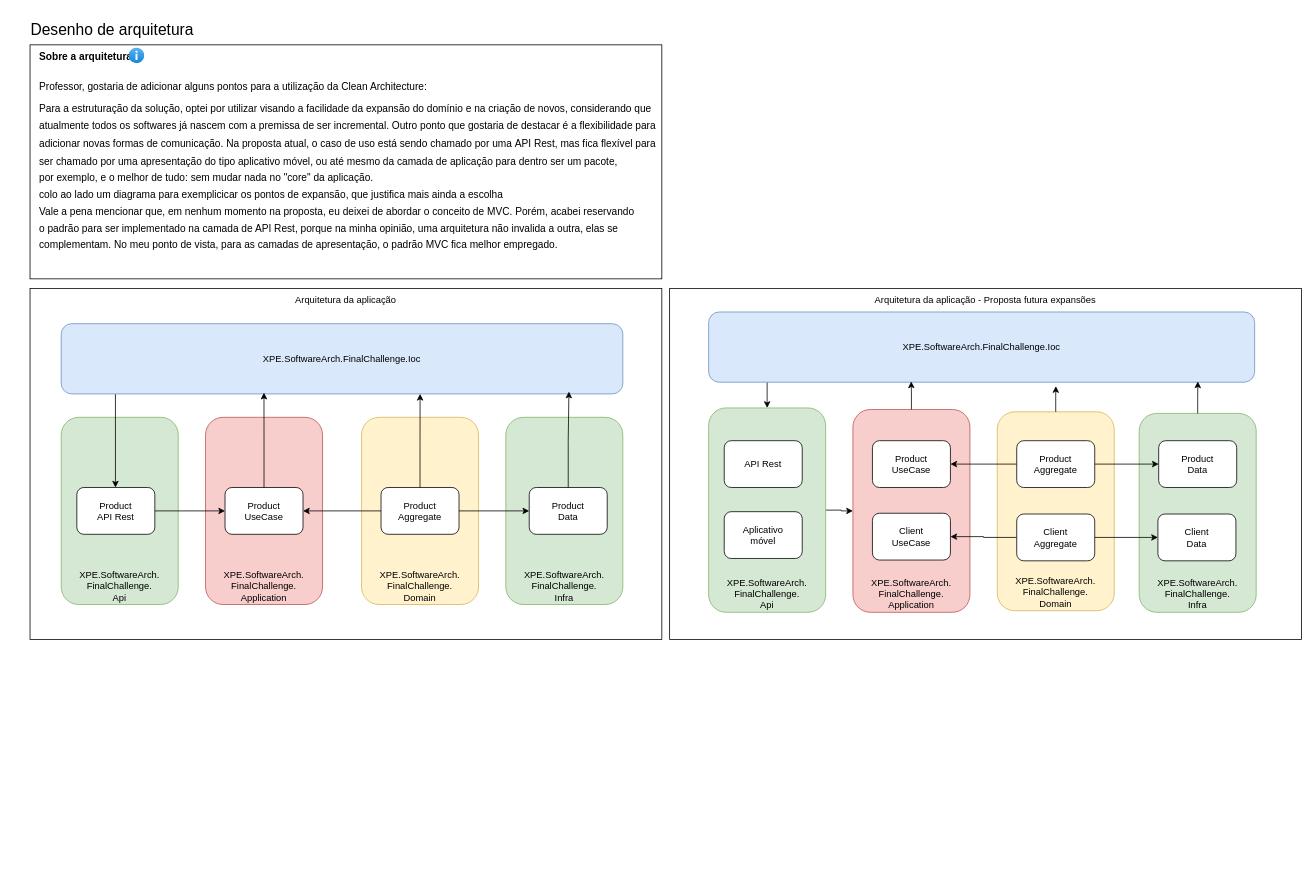
lrpedroso36/XPE.SoftwareArch.FinalChallenge keeps this draw.io diagram as documentação/desenho_arquitetura.drawio. Above is the earlier version. Source tidied: cells renumbered, new cells numbered last; positions are measured from the earlier drawing's top-left corner, leaving out a move shared by most shapes. Both pictures are drawn from the tidied source at 78%, with x=0, y=0 at pixel (22, 13).
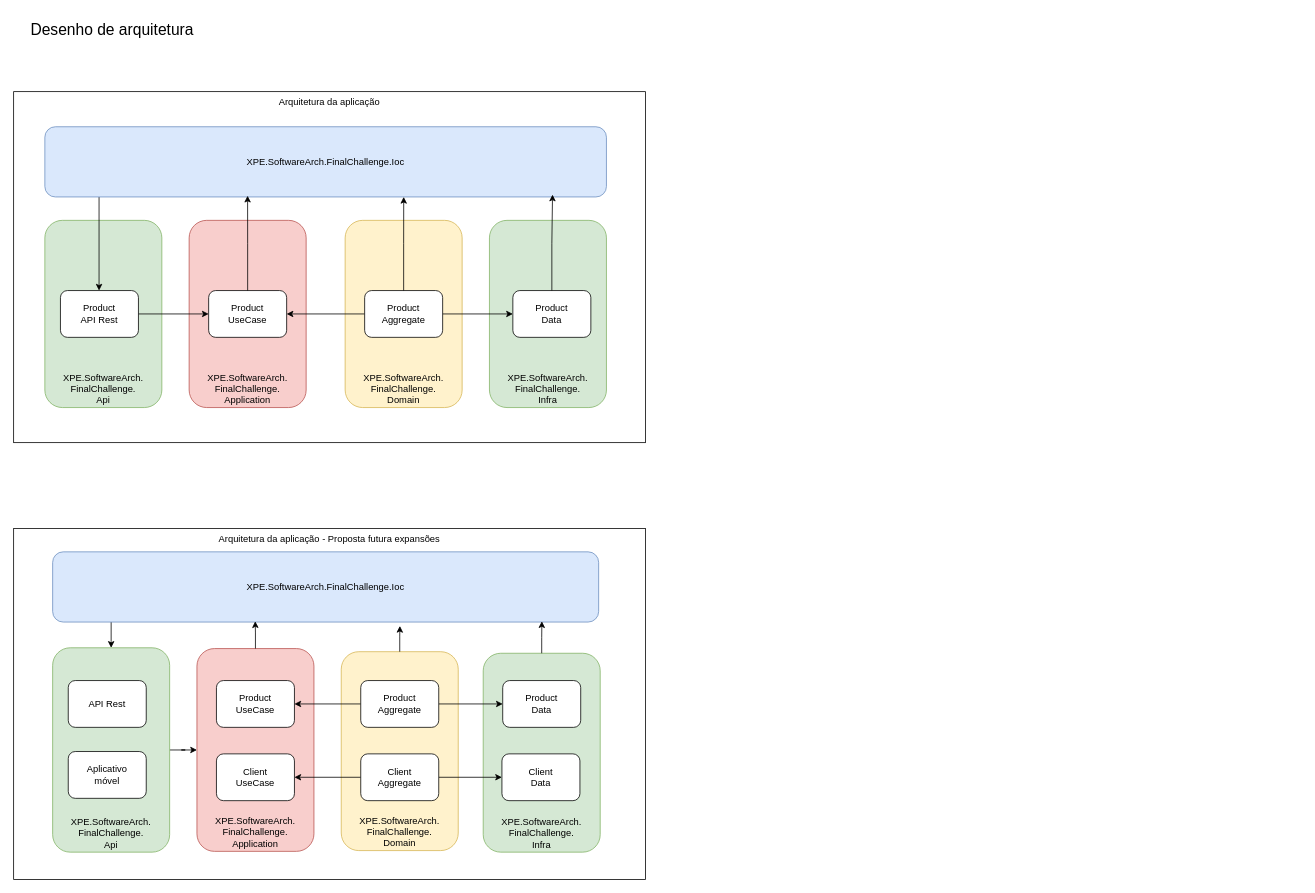
The same page after the edit.

Change to the diagram source:
```diff
@@
     <mxCell id="2" value="Arquitetura da aplicação - Proposta futura expansões" style="rounded=0;whiteSpace=wrap;html=1;verticalAlign=top;align=center;" parent="1" vertex="1">
-      <mxGeometry x="830" y="352.5" width="810" height="450" as="geometry" />
+      <mxGeometry x="-11" y="660" width="810" height="450" as="geometry" />
     </mxCell>
     <mxCell id="3" value="Arquitetura da aplicação" style="rounded=0;whiteSpace=wrap;html=1;verticalAlign=top;align=center;" parent="1" vertex="1">
-      <mxGeometry x="10" y="352.5" width="810" height="450" as="geometry" />
+      <mxGeometry x="-11" y="100" width="810" height="450" as="geometry" />
     </mxCell>
     <mxCell id="4" value="XPE.SoftwareArch.&lt;div&gt;FinalChallenge.&lt;/div&gt;&lt;div&gt;Infra&lt;/div&gt;" style="rounded=1;whiteSpace=wrap;html=1;fillColor=#d5e8d4;verticalAlign=bottom;strokeColor=#82b366;" parent="1" vertex="1">
-      <mxGeometry x="620" y="517.5" width="150" height="240" as="geometry" />
+      <mxGeometry x="599" y="265" width="150" height="240" as="geometry" />
     </mxCell>
     <mxCell id="5" value="XPE.SoftwareArch.&lt;div&gt;FinalChallenge.&lt;/div&gt;&lt;div&gt;Domain&lt;/div&gt;" style="rounded=1;whiteSpace=wrap;html=1;fillColor=#fff2cc;verticalAlign=bottom;strokeColor=#d6b656;" parent="1" vertex="1">
-      <mxGeometry x="435" y="517.5" width="150" height="240" as="geometry" />
+      <mxGeometry x="414" y="265" width="150" height="240" as="geometry" />
     </mxCell>
     <mxCell id="6" value="XPE.SoftwareArch.&lt;br&gt;FinalChallenge.&lt;div&gt;Application&lt;/div&gt;" style="rounded=1;whiteSpace=wrap;html=1;fillColor=#f8cecc;verticalAlign=bottom;strokeColor=#b85450;" parent="1" vertex="1">
-      <mxGeometry x="235" y="517.5" width="150" height="240" as="geometry" />
+      <mxGeometry x="214" y="265" width="150" height="240" as="geometry" />
     </mxCell>
     <mxCell id="7" value="XPE.SoftwareArch.&lt;div&gt;FinalChallenge.&lt;/div&gt;&lt;div&gt;Api&lt;/div&gt;" style="rounded=1;whiteSpace=wrap;html=1;fillColor=#d5e8d4;verticalAlign=bottom;strokeColor=#82b366;" parent="1" vertex="1">
-      <mxGeometry x="50" y="517.5" width="150" height="240" as="geometry" />
+      <mxGeometry x="29" y="265" width="150" height="240" as="geometry" />
     </mxCell>
@@
     <mxCell id="9" value="Product&lt;br&gt;API Rest" style="rounded=1;whiteSpace=wrap;html=1;" parent="1" vertex="1">
-      <mxGeometry x="70" y="607.5" width="100" height="60" as="geometry" />
+      <mxGeometry x="49" y="355" width="100" height="60" as="geometry" />
     </mxCell>
     <mxCell id="10" value="Product&lt;br&gt;UseCase" style="rounded=1;whiteSpace=wrap;html=1;" parent="1" vertex="1">
-      <mxGeometry x="260" y="607.5" width="100" height="60" as="geometry" />
+      <mxGeometry x="239" y="355" width="100" height="60" as="geometry" />
     </mxCell>
@@
     <mxCell id="13" value="Product&lt;div&gt;Aggregate&lt;/div&gt;" style="rounded=1;whiteSpace=wrap;html=1;" parent="1" vertex="1">
-      <mxGeometry x="460" y="607.5" width="100" height="60" as="geometry" />
+      <mxGeometry x="439" y="355" width="100" height="60" as="geometry" />
     </mxCell>
     <mxCell id="14" value="Product&lt;br&gt;Data" style="rounded=1;whiteSpace=wrap;html=1;" parent="1" vertex="1">
-      <mxGeometry x="650" y="607.5" width="100" height="60" as="geometry" />
+      <mxGeometry x="629" y="355" width="100" height="60" as="geometry" />
     </mxCell>
     <mxCell id="15" style="edgeStyle=orthogonalEdgeStyle;rounded=0;orthogonalLoop=1;jettySize=auto;html=1;flowAnimation=1;" parent="1" edge="1">
       <mxGeometry relative="1" as="geometry">
-        <mxPoint x="119.5" y="437.5" as="sourcePoint" />
-        <mxPoint x="119.5" y="607.5" as="targetPoint" />
+        <mxPoint x="98.5" y="185" as="sourcePoint" />
+        <mxPoint x="98.5" y="355" as="targetPoint" />
         <Array as="points">
-          <mxPoint x="119.5" y="457.5" />
-          <mxPoint x="119.5" y="457.5" />
+          <mxPoint x="98.5" y="205" />
+          <mxPoint x="98.5" y="205" />
         </Array>
       </mxGeometry>
     </mxCell>
     <mxCell id="16" value="&lt;span&gt;XPE.SoftwareArch.FinalChallenge.Ioc&lt;/span&gt;" style="rounded=1;whiteSpace=wrap;html=1;fillColor=#dae8fc;strokeColor=#6c8ebf;" parent="1" vertex="1">
-      <mxGeometry x="50" y="397.5" width="720" height="90" as="geometry" />
+      <mxGeometry x="29" y="145" width="720" height="90" as="geometry" />
     </mxCell>
@@
-    <mxCell id="21" value="&lt;div style=&quot;line-height: 80%;&quot;&gt;&lt;h1 style=&quot;margin-top: 0px; line-height: 80%;&quot;&gt;&lt;span style=&quot;font-size: 13px; text-wrap-mode: nowrap;&quot;&gt;Sobre a arquitetura&lt;/span&gt;&lt;/h1&gt;&lt;h1 style=&quot;margin-top: 0px; line-height: 80%;&quot;&gt;&lt;font style=&quot;font-size: 13px; line-height: 80%;&quot;&gt;&lt;span style=&quot;text-wrap-mode: nowrap; background-color: transparent; color: light-dark(rgb(0, 0, 0), rgb(255, 255, 255)); font-weight: normal;&quot;&gt;Professor, gostaria de adicionar alguns pontos para a utilização da&amp;nbsp;&lt;/span&gt;&lt;span style=&quot;text-wrap-mode: nowrap; background-color: transparent; color: light-dark(rgb(0, 0, 0), rgb(255, 255, 255)); font-weight: normal;&quot;&gt;Clean Architecture&lt;/span&gt;&lt;span style=&quot;text-wrap-mode: nowrap; background-color: transparent; color: light-dark(rgb(0, 0, 0), rgb(255, 255, 255)); font-weight: normal;&quot;&gt;:&lt;/span&gt;&lt;/font&gt;&lt;/h1&gt;&lt;p style=&quot;text-wrap-mode: nowrap;&quot; class=&quot;&quot;&gt;&lt;font style=&quot;font-size: 13px; line-height: 80%;&quot;&gt;&lt;span style=&quot;background-color: transparent; color: light-dark(rgb(0, 0, 0), rgb(255, 255, 255));&quot;&gt;Para a estruturação da solução, optei por utilizar visando a facilidade da expansão do domínio e na&amp;nbsp;&lt;/span&gt;&lt;span style=&quot;background-color: transparent; color: light-dark(rgb(0, 0, 0), rgb(255, 255, 255));&quot;&gt;criação de novos, considerando que&amp;nbsp;&lt;/span&gt;&lt;/font&gt;&lt;/p&gt;&lt;p style=&quot;text-wrap-mode: nowrap;&quot; class=&quot;&quot;&gt;&lt;font style=&quot;font-size: 13px; line-height: 80%;&quot;&gt;&lt;span style=&quot;background-color: transparent; color: light-dark(rgb(0, 0, 0), rgb(255, 255, 255));&quot;&gt;atualmente todos os softwares já nascem com a premissa de ser incremental.&amp;nbsp;&lt;/span&gt;&lt;span style=&quot;background-color: transparent; color: light-dark(rgb(0, 0, 0), rgb(255, 255, 255));&quot;&gt;Outro ponto que gostaria de destacar é a flexibilidade para&amp;nbsp;&lt;/span&gt;&lt;/font&gt;&lt;/p&gt;&lt;p style=&quot;text-wrap-mode: nowrap;&quot; class=&quot;&quot;&gt;&lt;font style=&quot;font-size: 13px; line-height: 80%;&quot;&gt;&lt;span style=&quot;background-color: transparent; color: light-dark(rgb(0, 0, 0), rgb(255, 255, 255));&quot;&gt;adicionar novas formas de comunicação.&amp;nbsp;&lt;/span&gt;&lt;span style=&quot;background-color: transparent; color: light-dark(rgb(0, 0, 0), rgb(255, 255, 255));&quot;&gt;Na proposta atual, o caso de uso está sendo chamado por uma&amp;nbsp;&lt;/span&gt;&lt;span style=&quot;background-color: transparent; color: light-dark(rgb(0, 0, 0), rgb(255, 255, 255));&quot;&gt;API Rest&lt;/span&gt;&lt;span style=&quot;background-color: transparent; color: light-dark(rgb(0, 0, 0), rgb(255, 255, 255));&quot;&gt;,&amp;nbsp;&lt;/span&gt;&lt;span style=&quot;background-color: transparent; color: light-dark(rgb(0, 0, 0), rgb(255, 255, 255));&quot;&gt;mas fica flexível para&lt;/span&gt;&lt;/font&gt;&lt;/p&gt;&lt;p style=&quot;text-wrap-mode: nowrap;&quot; class=&quot;&quot;&gt;&lt;font style=&quot;font-size: 13px; line-height: 80%;&quot;&gt;&lt;span style=&quot;background-color: transparent; color: light-dark(rgb(0, 0, 0), rgb(255, 255, 255));&quot;&gt;ser chamado por uma apresentação do tipo&amp;nbsp;&lt;/span&gt;&lt;span style=&quot;background-color: transparent; color: light-dark(rgb(0, 0, 0), rgb(255, 255, 255));&quot;&gt;aplicativo móvel&lt;/span&gt;&lt;span style=&quot;background-color: transparent; color: light-dark(rgb(0, 0, 0), rgb(255, 255, 255));&quot;&gt;,&amp;nbsp;&lt;/span&gt;&lt;span style=&quot;background-color: transparent; color: light-dark(rgb(0, 0, 0), rgb(255, 255, 255));&quot;&gt;ou até mesmo da camada de aplicação para dentro ser um&amp;nbsp;&lt;/span&gt;&lt;span style=&quot;background-color: transparent; color: light-dark(rgb(0, 0, 0), rgb(255, 255, 255));&quot;&gt;pacote&lt;/span&gt;&lt;span style=&quot;background-color: transparent; color: light-dark(rgb(0, 0, 0), rgb(255, 255, 255));&quot;&gt;, &lt;br&gt;&lt;/span&gt;&lt;span style=&quot;background-color: transparent; color: light-dark(rgb(0, 0, 0), rgb(255, 255, 255));&quot;&gt;&lt;br&gt;por exemplo,&amp;nbsp;&lt;/span&gt;&lt;/font&gt;&lt;span style=&quot;background-color: transparent; color: light-dark(rgb(0, 0, 0), rgb(255, 255, 255)); font-size: 13px; line-height: 80%;&quot;&gt;e o melhor de tudo:&amp;nbsp;&lt;/span&gt;&lt;span style=&quot;background-color: transparent; color: light-dark(rgb(0, 0, 0), rgb(255, 255, 255)); font-size: 13px; line-height: 80%;&quot;&gt;sem mudar nada no &quot;core&quot; da aplicação&lt;/span&gt;&lt;span style=&quot;background-color: transparent; color: light-dark(rgb(0, 0, 0), rgb(255, 255, 255)); font-size: 13px; line-height: 80%;&quot;&gt;.&lt;/span&gt;&lt;/p&gt;&lt;p style=&quot;text-wrap-mode: nowrap;&quot; class=&quot;&quot;&gt;&lt;span style=&quot;font-size: 13px; background-color: transparent; color: light-dark(rgb(0, 0, 0), rgb(255, 255, 255)); line-height: 80%;&quot;&gt;colo ao lado um diagrama para exemplicicar os pontos de expansão, que justifica mais ainda a escolha&lt;br&gt;&lt;span style=&quot;background-color: transparent; color: light-dark(rgb(0, 0, 0), rgb(255, 255, 255)); text-wrap-mode: wrap;&quot;&gt;&lt;br&gt;Vale a pena mencionar que, em nenhum momento na proposta, eu deixei de abordar o conceito de &lt;/span&gt;&lt;span style=&quot;background-color: transparent; color: light-dark(rgb(0, 0, 0), rgb(255, 255, 255)); text-wrap-mode: wrap;&quot;&gt;MVC&lt;/span&gt;&lt;span style=&quot;background-color: transparent; color: light-dark(rgb(0, 0, 0), rgb(255, 255, 255)); text-wrap-mode: wrap;&quot;&gt;. Porém, acabei reservando&lt;br&gt;&lt;br&gt;o&amp;nbsp;padrão para ser implementado na camada de &lt;/span&gt;&lt;span style=&quot;background-color: transparent; color: light-dark(rgb(0, 0, 0), rgb(255, 255, 255)); text-wrap-mode: wrap;&quot;&gt;API Rest&lt;/span&gt;&lt;span style=&quot;background-color: transparent; color: light-dark(rgb(0, 0, 0), rgb(255, 255, 255)); text-wrap-mode: wrap;&quot;&gt;, porque na minha opinião, uma arquitetura não invalida a outra, elas se &lt;br&gt;&lt;/span&gt;&lt;span style=&quot;background-color: transparent; color: light-dark(rgb(0, 0, 0), rgb(255, 255, 255)); text-wrap-mode: wrap;&quot;&gt;&lt;br&gt;complementam.&amp;nbsp;&lt;/span&gt;&lt;/span&gt;&lt;span style=&quot;font-size: 13px; background-color: transparent; color: light-dark(rgb(0, 0, 0), rgb(255, 255, 255)); text-wrap-mode: wrap;&quot;&gt;No meu ponto de vista, para as camadas de apresentação, o padrão &lt;/span&gt;&lt;span style=&quot;font-size: 13px; background-color: transparent; color: light-dark(rgb(0, 0, 0), rgb(255, 255, 255)); text-wrap-mode: wrap;&quot;&gt;MVC&lt;/span&gt;&lt;span style=&quot;font-size: 13px; background-color: transparent; color: light-dark(rgb(0, 0, 0), rgb(255, 255, 255)); text-wrap-mode: wrap;&quot;&gt; fica melhor empregado.&lt;/span&gt;&lt;/p&gt;&lt;/div&gt;" style="text;html=1;whiteSpace=wrap;overflow=hidden;rounded=0;fillColor=default;strokeColor=default;strokeWidth=1;perimeterSpacing=2;spacingTop=-12;spacing=9;spacingLeft=3;spacingBottom=0;spacingRight=0;" parent="1" vertex="1">
-      <mxGeometry x="10" y="40" width="810" height="300" as="geometry" />
-    </mxCell>
     <mxCell id="22" value="XPE.SoftwareArch.&lt;div&gt;FinalChallenge.&lt;/div&gt;&lt;div&gt;Infra&lt;/div&gt;" style="rounded=1;whiteSpace=wrap;html=1;fillColor=#d5e8d4;verticalAlign=bottom;strokeColor=#82b366;" parent="1" vertex="1">
-      <mxGeometry x="1432" y="512.5" width="150" height="255" as="geometry" />
+      <mxGeometry x="591" y="820" width="150" height="255" as="geometry" />
     </mxCell>
     <mxCell id="23" value="XPE.SoftwareArch.&lt;div&gt;FinalChallenge.&lt;/div&gt;&lt;div&gt;Domain&lt;/div&gt;" style="rounded=1;whiteSpace=wrap;html=1;fillColor=#fff2cc;verticalAlign=bottom;strokeColor=#d6b656;" parent="1" vertex="1">
-      <mxGeometry x="1250" y="510.5" width="150" height="255" as="geometry" />
+      <mxGeometry x="409" y="818" width="150" height="255" as="geometry" />
     </mxCell>
     <mxCell id="24" value="XPE.SoftwareArch.&lt;br&gt;FinalChallenge.&lt;div&gt;Application&lt;/div&gt;" style="rounded=1;whiteSpace=wrap;html=1;fillColor=#f8cecc;verticalAlign=bottom;strokeColor=#b85450;" parent="1" vertex="1">
-      <mxGeometry x="1065" y="507.5" width="150" height="260" as="geometry" />
+      <mxGeometry x="224" y="814" width="150" height="260" as="geometry" />
     </mxCell>
@@
     <mxCell id="26" value="XPE.SoftwareArch.&lt;div&gt;FinalChallenge.&lt;/div&gt;&lt;div&gt;Api&lt;/div&gt;" style="rounded=1;whiteSpace=wrap;html=1;fillColor=#d5e8d4;verticalAlign=bottom;strokeColor=#82b366;" parent="1" vertex="1">
-      <mxGeometry x="880" y="505.5" width="150" height="262" as="geometry" />
+      <mxGeometry x="39" y="813" width="150" height="262" as="geometry" />
     </mxCell>
     <mxCell id="27" value="API Rest" style="rounded=1;whiteSpace=wrap;html=1;" parent="1" vertex="1">
-      <mxGeometry x="900" y="547.5" width="100" height="60" as="geometry" />
+      <mxGeometry x="59" y="855" width="100" height="60" as="geometry" />
     </mxCell>
     <mxCell id="28" value="Product&lt;br&gt;UseCase" style="rounded=1;whiteSpace=wrap;html=1;" parent="1" vertex="1">
-      <mxGeometry x="1090" y="547.5" width="100" height="60" as="geometry" />
+      <mxGeometry x="249" y="855" width="100" height="60" as="geometry" />
     </mxCell>
@@
     <mxCell id="31" value="Client&lt;div&gt;Aggregate&lt;/div&gt;" style="rounded=1;whiteSpace=wrap;html=1;" parent="1" vertex="1">
-      <mxGeometry x="1275" y="641.5" width="100" height="60" as="geometry" />
+      <mxGeometry x="434" y="949" width="100" height="60" as="geometry" />
     </mxCell>
     <mxCell id="32" value="Product&lt;br&gt;Data" style="rounded=1;whiteSpace=wrap;html=1;" parent="1" vertex="1">
-      <mxGeometry x="1457" y="547.5" width="100" height="60" as="geometry" />
+      <mxGeometry x="616" y="855" width="100" height="60" as="geometry" />
     </mxCell>
     <mxCell id="33" style="edgeStyle=orthogonalEdgeStyle;rounded=0;jettySize=auto;html=1;entryX=0.5;entryY=0;entryDx=0;entryDy=0;flowAnimation=1;" parent="1" edge="1" source="34" target="26">
       <mxGeometry relative="1" as="geometry">
         <Array as="points">
-          <mxPoint x="955" y="497.5" />
-          <mxPoint x="955" y="497.5" />
+          <mxPoint x="114" y="805" />
+          <mxPoint x="114" y="805" />
         </Array>
       </mxGeometry>
     </mxCell>
     <mxCell id="34" value="&lt;span&gt;XPE.SoftwareArch.FinalChallenge.Ioc&lt;/span&gt;" style="rounded=1;whiteSpace=wrap;html=1;fillColor=#dae8fc;strokeColor=#6c8ebf;" parent="1" vertex="1">
-      <mxGeometry x="880" y="382.5" width="700" height="90" as="geometry" />
+      <mxGeometry x="39" y="690" width="700" height="90" as="geometry" />
     </mxCell>
     <mxCell id="35" value="Aplicativo&lt;br&gt;móvel" style="rounded=1;whiteSpace=wrap;html=1;" parent="1" vertex="1">
-      <mxGeometry x="900" y="638.5" width="100" height="60" as="geometry" />
+      <mxGeometry x="59" y="946" width="100" height="60" as="geometry" />
     </mxCell>
     <mxCell id="36" value="Client&lt;br&gt;UseCase" style="rounded=1;whiteSpace=wrap;html=1;" parent="1" vertex="1">
-      <mxGeometry x="1090" y="640.5" width="100" height="60" as="geometry" />
+      <mxGeometry x="249" y="949" width="100" height="60" as="geometry" />
     </mxCell>
@@
     <mxCell id="39" value="Product&lt;div&gt;Aggregate&lt;/div&gt;" style="rounded=1;whiteSpace=wrap;html=1;" parent="1" vertex="1">
-      <mxGeometry x="1275" y="547.5" width="100" height="60" as="geometry" />
+      <mxGeometry x="434" y="855" width="100" height="60" as="geometry" />
     </mxCell>
     <mxCell id="40" value="Client&lt;br&gt;Data" style="rounded=1;whiteSpace=wrap;html=1;" parent="1" vertex="1">
-      <mxGeometry x="1456" y="641.5" width="100" height="60" as="geometry" />
+      <mxGeometry x="615" y="949" width="100" height="60" as="geometry" />
     </mxCell>
@@
-    <mxCell id="44" style="image;html=1;align=center;fontSize=12;image=img/lib/azure2/general/Information.svg;" parent="1" vertex="1">
-      <mxGeometry x="137" y="44" width="20" height="20" as="geometry" />
-    </mxCell>
```
